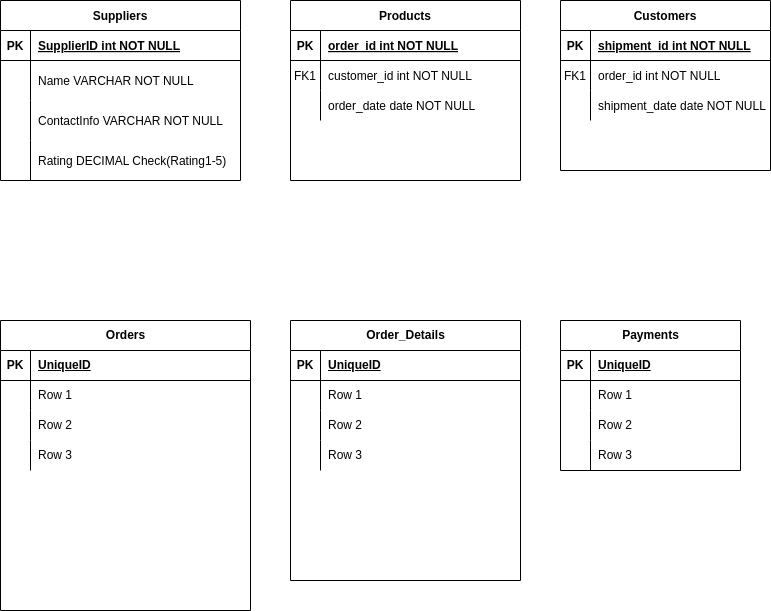
mzughbor/-Project-02- keeps this draw.io diagram as sql-task.drawio.png. Above is the earlier version. Source tidied: cells renumbered, new cells last; positions are measured from the earlier drawing's top-left corner, leaving out a move shared by most shapes.
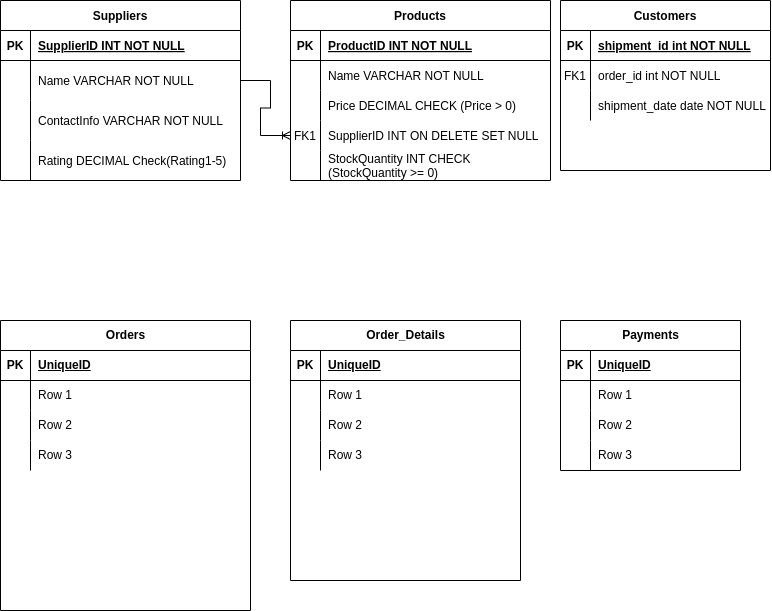
After the change.

The edit, as a diff of the source:
```diff
@@ -3,35 +3,53 @@
     <mxCell id="0" />
     <mxCell id="1" parent="0" />
     <mxCell id="2" value="Products" style="shape=table;startSize=30;rowLines=0;fontStyle=1;align=center;" parent="1" vertex="1">
-      <mxGeometry x="290" width="230" height="180" as="geometry" />
+      <mxGeometry x="290" width="260" height="180" as="geometry" />
     </mxCell>
     <mxCell id="3" style="shape=partialRectangle;fillColor=none;top=0;left=0;right=0;bottom=1;" parent="2" vertex="1">
-      <mxGeometry y="30" width="230" height="30" as="geometry" />
+      <mxGeometry y="30" width="260" height="30" as="geometry" />
     </mxCell>
     <mxCell id="4" value="PK" style="shape=partialRectangle;overflow=hidden;fillColor=none;top=0;left=0;bottom=0;right=0;fontStyle=1;" parent="3" vertex="1">
       <mxGeometry width="30" height="30" as="geometry" />
     </mxCell>
-    <mxCell id="5" value="order_id int NOT NULL " style="shape=partialRectangle;overflow=hidden;fillColor=none;top=0;left=0;bottom=0;right=0;align=left;spacingLeft=6;fontStyle=5;" parent="3" vertex="1">
-      <mxGeometry x="30" width="200" height="30" as="geometry" />
+    <mxCell id="5" value="ProductID INT NOT NULL " style="shape=partialRectangle;overflow=hidden;fillColor=none;top=0;left=0;bottom=0;right=0;align=left;spacingLeft=6;fontStyle=5;" parent="3" vertex="1">
+      <mxGeometry x="30" width="230" height="30" as="geometry" />
     </mxCell>
     <mxCell id="6" style="shape=partialRectangle;fillColor=none;top=0;left=0;right=0;bottom=0;" parent="2" vertex="1">
-      <mxGeometry y="60" width="230" height="30" as="geometry" />
+      <mxGeometry y="60" width="260" height="30" as="geometry" />
     </mxCell>
-    <mxCell id="7" value="FK1" style="shape=partialRectangle;overflow=hidden;fillColor=none;top=0;left=0;bottom=0;right=0;" parent="6" vertex="1">
+    <mxCell id="7" style="shape=partialRectangle;overflow=hidden;fillColor=none;top=0;left=0;bottom=0;right=0;" parent="6" vertex="1">
       <mxGeometry width="30" height="30" as="geometry" />
     </mxCell>
-    <mxCell id="8" value="customer_id int NOT NULL" style="shape=partialRectangle;overflow=hidden;fillColor=none;top=0;left=0;bottom=0;right=0;align=left;spacingLeft=6;" parent="6" vertex="1">
-      <mxGeometry x="30" width="200" height="30" as="geometry" />
+    <mxCell id="8" value="Name VARCHAR NOT NULL" style="shape=partialRectangle;overflow=hidden;fillColor=none;top=0;left=0;bottom=0;right=0;align=left;spacingLeft=6;" parent="6" vertex="1">
+      <mxGeometry x="30" width="230" height="30" as="geometry" />
     </mxCell>
     <mxCell id="9" style="shape=partialRectangle;fillColor=none;top=0;left=0;right=0;bottom=0;" parent="2" vertex="1">
-      <mxGeometry y="90" width="230" height="30" as="geometry" />
+      <mxGeometry y="90" width="260" height="30" as="geometry" />
     </mxCell>
     <mxCell id="10" style="shape=partialRectangle;overflow=hidden;fillColor=none;top=0;left=0;bottom=0;right=0;" parent="9" vertex="1">
       <mxGeometry width="30" height="30" as="geometry" />
     </mxCell>
-    <mxCell id="11" value="order_date date NOT NULL" style="shape=partialRectangle;overflow=hidden;fillColor=none;top=0;left=0;bottom=0;right=0;align=left;spacingLeft=6;" parent="9" vertex="1">
-      <mxGeometry x="30" width="200" height="30" as="geometry" />
+    <mxCell id="11" value="Price DECIMAL CHECK (Price &gt; 0)" style="shape=partialRectangle;overflow=hidden;fillColor=none;top=0;left=0;bottom=0;right=0;align=left;spacingLeft=6;" parent="9" vertex="1">
+      <mxGeometry x="30" width="230" height="30" as="geometry" />
     </mxCell>
+    <mxCell id="75" style="shape=partialRectangle;fillColor=none;points=[[0,0.5],[1,0.5]];portConstraint=eastwest;top=0;left=0;right=0;bottom=0;" parent="2" vertex="1">
+      <mxGeometry y="120" width="260" height="30" as="geometry" />
+    </mxCell>
+    <mxCell id="76" value="FK1" style="shape=partialRectangle;overflow=hidden;fillColor=none;top=0;left=0;bottom=0;right=0;" parent="75" vertex="1">
+      <mxGeometry width="30" height="30" as="geometry" />
+    </mxCell>
+    <mxCell id="77" value="SupplierID INT ON DELETE SET NULL" style="shape=partialRectangle;overflow=hidden;fillColor=none;top=0;left=0;bottom=0;right=0;align=left;spacingLeft=6;" parent="75" vertex="1">
+      <mxGeometry x="30" width="230" height="30" as="geometry" />
+    </mxCell>
+    <mxCell id="78" style="shape=partialRectangle;fillColor=none;top=0;left=0;right=0;bottom=0;" parent="2" vertex="1">
+      <mxGeometry y="150" width="260" height="30" as="geometry" />
+    </mxCell>
+    <mxCell id="79" style="shape=partialRectangle;overflow=hidden;fillColor=none;top=0;left=0;bottom=0;right=0;" parent="78" vertex="1">
+      <mxGeometry width="30" height="30" as="geometry" />
+    </mxCell>
+    <mxCell id="80" value="StockQuantity INT CHECK&#10;(StockQuantity &gt;= 0)" style="shape=partialRectangle;overflow=hidden;fillColor=none;top=0;left=0;bottom=0;right=0;align=left;spacingLeft=6;" parent="78" vertex="1">
+      <mxGeometry x="30" width="230" height="30" as="geometry" />
+    </mxCell>
     <mxCell id="12" value="Customers" style="shape=table;startSize=30;rowLines=0;fontStyle=1;align=center;" parent="1" vertex="1">
       <mxGeometry x="560" width="210" height="170" as="geometry" />
     </mxCell>
@@ -71,7 +89,7 @@
     <mxCell id="24" value="PK" style="shape=partialRectangle;overflow=hidden;fillColor=none;top=0;left=0;bottom=0;right=0;fontStyle=1;" parent="23" vertex="1">
       <mxGeometry width="30" height="30" as="geometry" />
     </mxCell>
-    <mxCell id="25" value="SupplierID int NOT NULL " style="shape=partialRectangle;overflow=hidden;fillColor=none;top=0;left=0;bottom=0;right=0;align=left;spacingLeft=6;fontStyle=5;" parent="23" vertex="1">
+    <mxCell id="25" value="SupplierID INT NOT NULL " style="shape=partialRectangle;overflow=hidden;fillColor=none;top=0;left=0;bottom=0;right=0;align=left;spacingLeft=6;fontStyle=5;" parent="23" vertex="1">
       <mxGeometry x="30" width="210" height="30" as="geometry" />
     </mxCell>
     <mxCell id="26" style="shape=partialRectangle;fillColor=none;points=[[0,0.5],[1,0.5]];portConstraint=eastwest;top=0;left=0;right=0;bottom=0;" parent="22" vertex="1">
@@ -221,5 +239,16 @@
     <mxCell id="74" value="Row 3" style="shape=partialRectangle;fillColor=none;top=0;left=0;bottom=0;right=0;align=left;spacingLeft=6;overflow=hidden;whiteSpace=wrap;html=1;" parent="72" vertex="1">
       <mxGeometry x="30" width="150" height="30" as="geometry" />
     </mxCell>
+    <mxCell id="81" style="edgeStyle=entityRelationEdgeStyle;fontSize=12;html=1;endArrow=ERoneToMany;rounded=0;exitX=1;exitY=0.5;exitDx=0;exitDy=0;" parent="1" edge="1" source="26" target="75">
+      <mxGeometry relative="1" as="geometry">
+        <Array as="points">
+          <mxPoint x="240" y="100" />
+          <mxPoint x="260" y="100" />
+          <mxPoint x="270" y="135" />
+          <mxPoint x="240" y="120" />
+          <mxPoint x="270" y="160" />
+        </Array>
+      </mxGeometry>
+    </mxCell>
   </root>
 </mxGraphModel>
```
